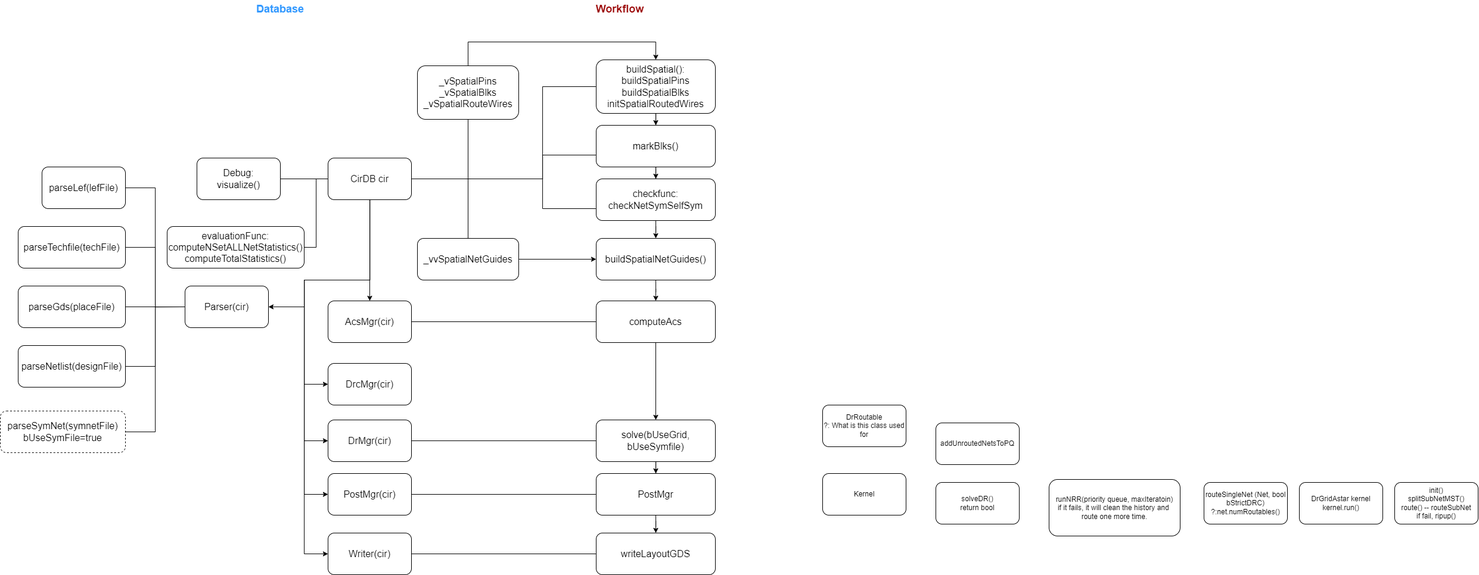
Earlier version of the draw.io export anaroute.drawio.png (ajiann/drawio). Source tidied: cells renumbered, new cells last; positions are measured from the earlier drawing's top-left corner, leaving out a move shared by most shapes.
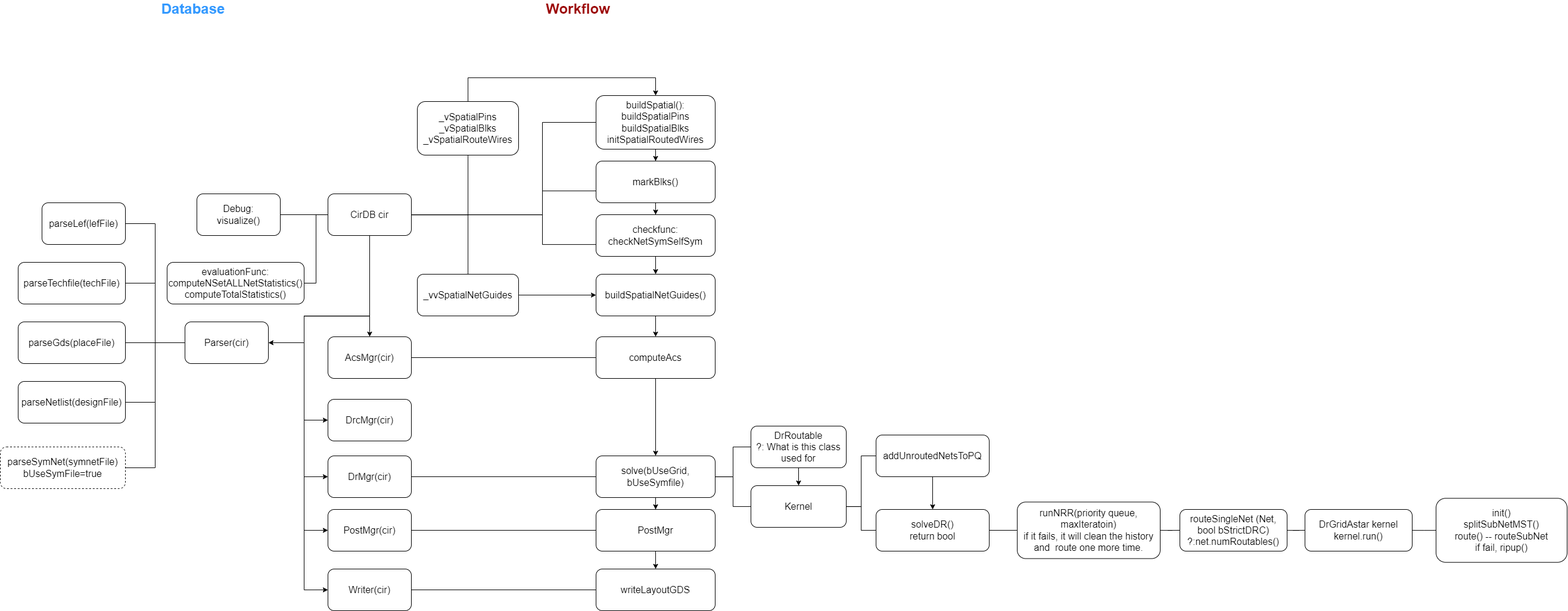
The same diagram one commit later.

Change to the diagram source:
```diff
@@ -194,11 +194,11 @@
     <mxCell id="50" value="parseSymNet(symnetFile)&lt;div style=&quot;font-size: 16px;&quot;&gt;bUseSymFile=true&lt;/div&gt;" style="rounded=1;whiteSpace=wrap;html=1;dashed=1;fontSize=16;" parent="1" vertex="1">
       <mxGeometry y="690" width="210" height="70" as="geometry" />
     </mxCell>
-    <mxCell id="51" value="&lt;font size=&quot;1&quot; color=&quot;#3399ff&quot; style=&quot;&quot;&gt;&lt;b style=&quot;font-size: 18px;&quot;&gt;Database&lt;/b&gt;&lt;/font&gt;" style="text;html=1;align=center;verticalAlign=middle;whiteSpace=wrap;rounded=0;" parent="1" vertex="1">
-      <mxGeometry x="440" width="60" height="30" as="geometry" />
+    <mxCell id="51" value="&lt;font color=&quot;#3399ff&quot; style=&quot;font-size: 24px;&quot;&gt;&lt;b style=&quot;font-size: 24px;&quot;&gt;Database&lt;/b&gt;&lt;/font&gt;" style="text;html=1;align=center;verticalAlign=middle;whiteSpace=wrap;rounded=0;fontSize=24;" parent="1" vertex="1">
+      <mxGeometry x="294" y="-60" width="60" height="30" as="geometry" />
     </mxCell>
-    <mxCell id="52" value="&lt;font color=&quot;#990000&quot; style=&quot;font-size: 18px;&quot;&gt;&lt;b&gt;Workflow&lt;/b&gt;&lt;/font&gt;" style="text;html=1;align=center;verticalAlign=middle;whiteSpace=wrap;rounded=0;" parent="1" vertex="1">
-      <mxGeometry x="1010" width="60" height="30" as="geometry" />
+    <mxCell id="52" value="&lt;font color=&quot;#990000&quot; style=&quot;font-size: 24px;&quot;&gt;&lt;b style=&quot;font-size: 24px;&quot;&gt;Workflow&lt;/b&gt;&lt;/font&gt;" style="text;html=1;align=center;verticalAlign=middle;whiteSpace=wrap;rounded=0;fontSize=24;" parent="1" vertex="1">
+      <mxGeometry x="940" y="-60" width="60" height="30" as="geometry" />
     </mxCell>
     <mxCell id="53" style="edgeStyle=orthogonalEdgeStyle;rounded=0;jettySize=auto;html=1;entryX=0.5;entryY=0;entryDx=0;entryDy=0;fontFamily=Helvetica;fontSize=12;fontColor=default;" parent="1" edge="1" source="54" target="17">
       <mxGeometry relative="1" as="geometry">
@@ -217,33 +217,63 @@
     <mxCell id="56" value="_vvSpatialNetGuides" style="rounded=1;whiteSpace=wrap;html=1;fontSize=16;" parent="1" vertex="1">
       <mxGeometry x="700" y="400" width="170" height="70" as="geometry" />
     </mxCell>
+    <mxCell id="67" style="edgeStyle=orthogonalEdgeStyle;rounded=0;jettySize=auto;html=1;fontFamily=Helvetica;fontSize=12;fontColor=default;" parent="1" edge="1" source="57" target="58">
+      <mxGeometry relative="1" as="geometry" />
+    </mxCell>
-    <mxCell id="57" value="DrRoutable&lt;div&gt;?: What is this class used for&lt;/div&gt;" style="rounded=1;whiteSpace=wrap;html=1;" parent="1" vertex="1">
-      <mxGeometry x="1380" y="680" width="140" height="70" as="geometry" />
+    <mxCell id="57" value="DrRoutable&lt;div style=&quot;font-size: 16px;&quot;&gt;?: What is this class used for&lt;/div&gt;" style="rounded=1;whiteSpace=wrap;html=1;fontSize=16;" parent="1" vertex="1">
+      <mxGeometry x="1260" y="655" width="160" height="70" as="geometry" />
     </mxCell>
+    <mxCell id="68" style="edgeStyle=orthogonalEdgeStyle;rounded=0;jettySize=auto;html=1;entryX=0;entryY=0.5;entryDx=0;entryDy=0;fontFamily=Helvetica;fontSize=12;fontColor=default;endArrow=none;endFill=0;" parent="1" edge="1" source="58" target="59">
+      <mxGeometry relative="1" as="geometry" />
+    </mxCell>
+    <mxCell id="69" style="edgeStyle=orthogonalEdgeStyle;rounded=0;jettySize=auto;html=1;entryX=0;entryY=0.5;entryDx=0;entryDy=0;fontFamily=Helvetica;fontSize=12;fontColor=default;endArrow=none;endFill=0;" parent="1" edge="1" source="58" target="60">
+      <mxGeometry relative="1" as="geometry" />
+    </mxCell>
-    <mxCell id="58" value="Kernel" style="rounded=1;whiteSpace=wrap;html=1;" parent="1" vertex="1">
-      <mxGeometry x="1380" y="795" width="140" height="70" as="geometry" />
+    <mxCell id="58" value="Kernel" style="rounded=1;whiteSpace=wrap;html=1;fontSize=16;" parent="1" vertex="1">
+      <mxGeometry x="1260" y="755" width="160" height="70" as="geometry" />
     </mxCell>
+    <mxCell id="70" style="edgeStyle=orthogonalEdgeStyle;rounded=0;jettySize=auto;html=1;entryX=0.5;entryY=0;entryDx=0;entryDy=0;fontFamily=Helvetica;fontSize=12;fontColor=default;" parent="1" edge="1" source="59" target="60">
+      <mxGeometry relative="1" as="geometry" />
+    </mxCell>
-    <mxCell id="59" value="addUnroutedNetsToPQ" style="rounded=1;whiteSpace=wrap;html=1;" parent="1" vertex="1">
-      <mxGeometry x="1570" y="710" width="140" height="70" as="geometry" />
+    <mxCell id="59" value="addUnroutedNetsToPQ" style="rounded=1;whiteSpace=wrap;html=1;fontSize=16;" parent="1" vertex="1">
+      <mxGeometry x="1470" y="670" width="190" height="70" as="geometry" />
     </mxCell>
+    <mxCell id="71" style="edgeStyle=orthogonalEdgeStyle;rounded=0;jettySize=auto;html=1;entryX=0;entryY=0.5;entryDx=0;entryDy=0;fontFamily=Helvetica;fontSize=12;fontColor=default;endArrow=none;endFill=0;" parent="1" edge="1" source="60" target="61">
+      <mxGeometry relative="1" as="geometry" />
+    </mxCell>
-    <mxCell id="60" value="solveDR()&lt;div&gt;return bool&lt;/div&gt;" style="rounded=1;whiteSpace=wrap;html=1;" parent="1" vertex="1">
-      <mxGeometry x="1570" y="810" width="140" height="70" as="geometry" />
+    <mxCell id="60" value="solveDR()&lt;div style=&quot;font-size: 16px;&quot;&gt;return bool&lt;/div&gt;" style="rounded=1;whiteSpace=wrap;html=1;fontSize=16;" parent="1" vertex="1">
+      <mxGeometry x="1470" y="795" width="190" height="70" as="geometry" />
     </mxCell>
+    <mxCell id="72" style="edgeStyle=orthogonalEdgeStyle;rounded=0;jettySize=auto;html=1;entryX=0;entryY=0.5;entryDx=0;entryDy=0;fontFamily=Helvetica;fontSize=12;fontColor=default;endArrow=none;endFill=0;" parent="1" edge="1" source="61" target="62">
+      <mxGeometry relative="1" as="geometry" />
+    </mxCell>
-    <mxCell id="61" value="runNRR(priority queue, maxIteratoin)&lt;div&gt;if it fails, it will clean the history and&amp;nbsp; route one more time.&lt;/div&gt;" style="rounded=1;whiteSpace=wrap;html=1;" parent="1" vertex="1">
-      <mxGeometry x="1760" y="805" width="220" height="95" as="geometry" />
+    <mxCell id="61" value="runNRR(priority queue, maxIteratoin)&lt;div style=&quot;font-size: 16px;&quot;&gt;if it fails, it will clean the history and&amp;nbsp; route one more time.&lt;/div&gt;" style="rounded=1;whiteSpace=wrap;html=1;fontSize=16;" parent="1" vertex="1">
+      <mxGeometry x="1707" y="782.5" width="240" height="95" as="geometry" />
     </mxCell>
+    <mxCell id="73" style="edgeStyle=orthogonalEdgeStyle;rounded=0;jettySize=auto;html=1;entryX=0;entryY=0.5;entryDx=0;entryDy=0;fontFamily=Helvetica;fontSize=12;fontColor=default;endArrow=none;endFill=0;" parent="1" edge="1" source="62" target="63">
+      <mxGeometry relative="1" as="geometry" />
+    </mxCell>
-    <mxCell id="62" value="routeSingleNet (Net, bool bStrictDRC)&lt;div&gt;?:net.numRoutables()&lt;/div&gt;" style="rounded=1;whiteSpace=wrap;html=1;" parent="1" vertex="1">
-      <mxGeometry x="2020" y="810" width="140" height="70" as="geometry" />
+    <mxCell id="62" value="routeSingleNet (Net, bool bStrictDRC)&lt;div style=&quot;font-size: 16px;&quot;&gt;?:net.numRoutables()&lt;/div&gt;" style="rounded=1;whiteSpace=wrap;html=1;fontSize=16;" parent="1" vertex="1">
+      <mxGeometry x="1980" y="795" width="180" height="70" as="geometry" />
     </mxCell>
+    <mxCell id="74" style="edgeStyle=orthogonalEdgeStyle;rounded=0;jettySize=auto;html=1;fontFamily=Helvetica;fontSize=12;fontColor=default;endArrow=none;endFill=0;" parent="1" edge="1" source="63" target="64">
+      <mxGeometry relative="1" as="geometry" />
+    </mxCell>
-    <mxCell id="63" value="DrGridAstar kernel&lt;div&gt;kernel.run()&lt;/div&gt;" style="rounded=1;whiteSpace=wrap;html=1;" parent="1" vertex="1">
-      <mxGeometry x="2180" y="810" width="140" height="70" as="geometry" />
+    <mxCell id="63" value="DrGridAstar kernel&lt;div style=&quot;font-size: 16px;&quot;&gt;kernel.run()&lt;/div&gt;" style="rounded=1;whiteSpace=wrap;html=1;fontSize=16;" parent="1" vertex="1">
+      <mxGeometry x="2190" y="795" width="180" height="70" as="geometry" />
     </mxCell>
-    <mxCell id="64" value="init()&lt;div&gt;splitSubNetMST()&lt;/div&gt;&lt;div&gt;route() -- routeSubNet&lt;/div&gt;&lt;div&gt;if fail, ripup()&lt;/div&gt;" style="rounded=1;whiteSpace=wrap;html=1;" parent="1" vertex="1">
-      <mxGeometry x="2340" y="810" width="140" height="70" as="geometry" />
+    <mxCell id="64" value="init()&lt;div style=&quot;font-size: 16px;&quot;&gt;splitSubNetMST()&lt;/div&gt;&lt;div style=&quot;font-size: 16px;&quot;&gt;route() -- routeSubNet&lt;/div&gt;&lt;div style=&quot;font-size: 16px;&quot;&gt;if fail, ripup()&lt;/div&gt;" style="rounded=1;whiteSpace=wrap;html=1;fontSize=16;" parent="1" vertex="1">
+      <mxGeometry x="2410" y="776.2" width="220" height="107.5" as="geometry" />
     </mxCell>
     <mxCell id="65" style="edgeStyle=orthogonalEdgeStyle;rounded=0;jettySize=auto;html=1;entryX=0.5;entryY=0;entryDx=0;entryDy=0;fontFamily=Helvetica;fontSize=12;fontColor=default;" parent="1" edge="1" source="66" target="36">
       <mxGeometry relative="1" as="geometry" />
     </mxCell>
+    <mxCell id="75" style="edgeStyle=orthogonalEdgeStyle;rounded=0;jettySize=auto;html=1;entryX=0;entryY=0.5;entryDx=0;entryDy=0;fontFamily=Helvetica;fontSize=12;fontColor=default;endArrow=none;endFill=0;" parent="1" edge="1" source="66" target="57">
+      <mxGeometry relative="1" as="geometry" />
+    </mxCell>
+    <mxCell id="76" style="edgeStyle=orthogonalEdgeStyle;rounded=0;jettySize=auto;html=1;fontFamily=Helvetica;fontSize=12;fontColor=default;endArrow=none;endFill=0;" parent="1" edge="1" source="66" target="58">
+      <mxGeometry relative="1" as="geometry" />
+    </mxCell>
     <mxCell id="66" value="solve(bUseGrid, bUseSymfile)" style="rounded=1;whiteSpace=wrap;html=1;fontSize=16;" parent="1" vertex="1">
       <mxGeometry x="1000" y="705" width="200" height="70" as="geometry" />
     </mxCell>
```
